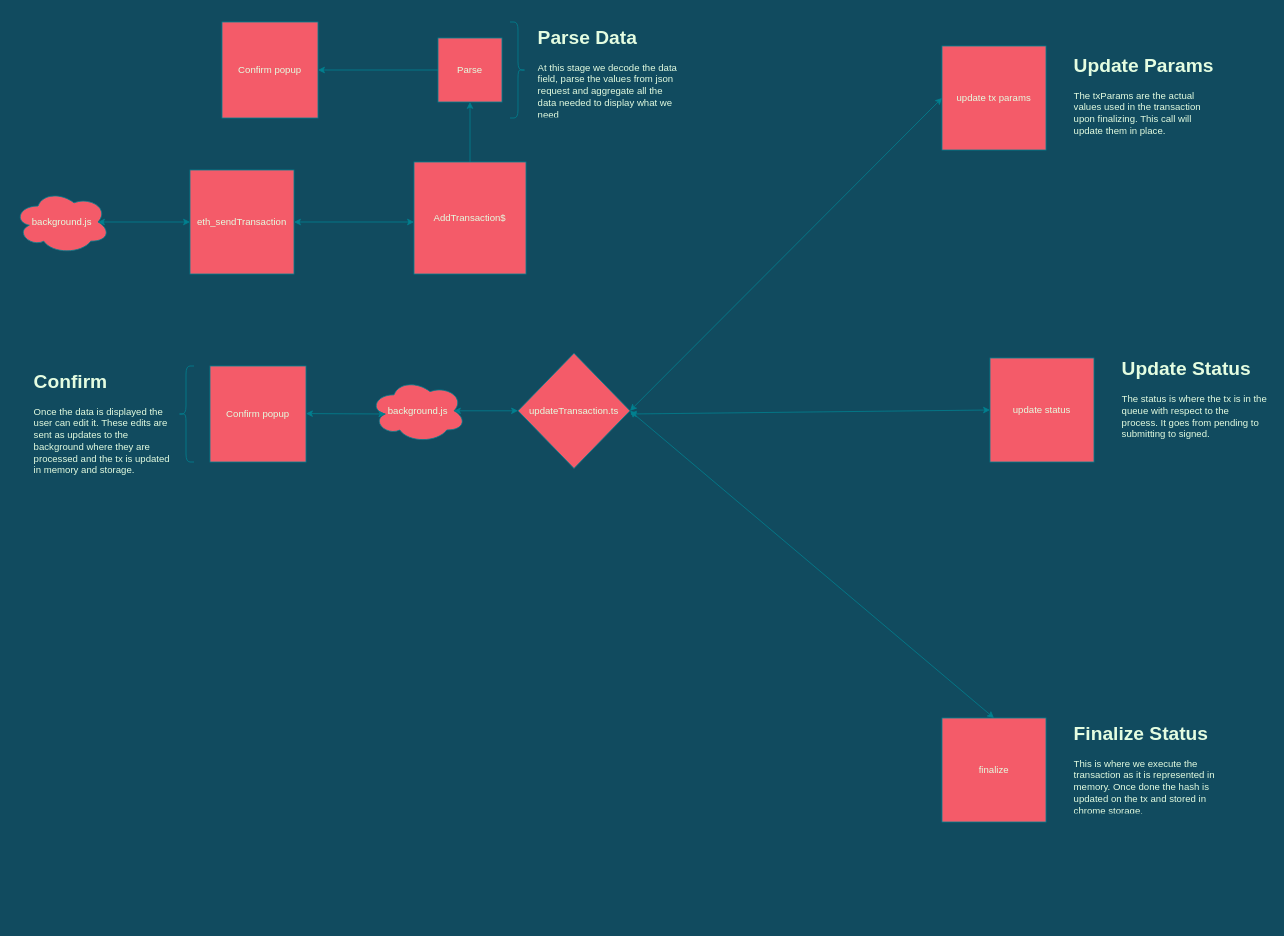
ava-labs/core-extension keeps this draw.io diagram as architecture/transaction-flow.drawio. Above is the earlier version. Source tidied: cells renumbered, new cells numbered last; positions are measured from the earlier drawing's top-left corner, leaving out a move shared by most shapes. Both pictures are drawn from the tidied source at 80%, with x=0, y=0 at pixel (14, 22).
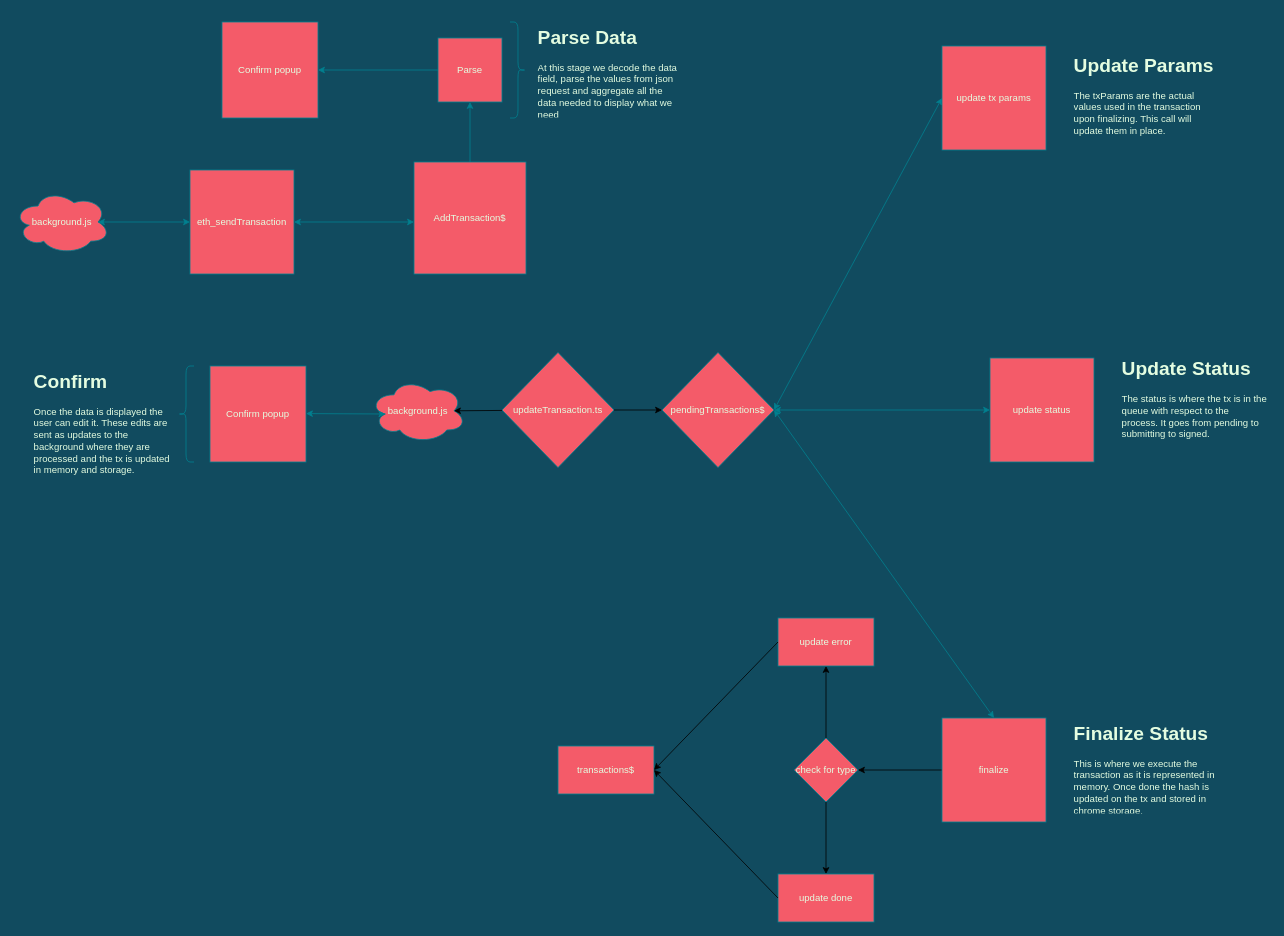
The same diagram, later.

Commit message:
chore(architecture): update transaction architecture diagram

The change refers to these unchanged cells:
```xml
<mxCell id="14" value="background.js" style="ellipse;shape=cloud;whiteSpace=wrap;html=1;fillColor=#F45B69;strokeColor=#028090;fontColor=#E4FDE1;" parent="1" vertex="1">
  <mxGeometry x="445" y="446" width="120" height="80" as="geometry" />
</mxCell>
<mxCell id="24" value="update status" style="whiteSpace=wrap;html=1;fillColor=#F45B69;strokeColor=#028090;fontColor=#E4FDE1;" parent="1" vertex="1">
  <mxGeometry x="1220" y="420" width="130" height="130" as="geometry" />
</mxCell>
<mxCell id="25" value="finalize" style="whiteSpace=wrap;html=1;fillColor=#F45B69;strokeColor=#028090;fontColor=#E4FDE1;" parent="1" vertex="1">
  <mxGeometry x="1160" y="870" width="130" height="130" as="geometry" />
</mxCell>
```

Change to the diagram source:
```diff
@@
-    <mxCell id="17" value="updateTransaction.ts" style="rhombus;whiteSpace=wrap;html=1;fillColor=#F45B69;strokeColor=#028090;fontColor=#E4FDE1;" parent="1" vertex="1">
-      <mxGeometry x="630" y="414" width="140" height="144" as="geometry" />
+    <mxCell id="17" value="pendingTransactions$" style="rhombus;whiteSpace=wrap;html=1;fillColor=#F45B69;strokeColor=#028090;fontColor=#E4FDE1;" parent="1" vertex="1">
+      <mxGeometry x="810" y="413" width="140" height="144" as="geometry" />
     </mxCell>
-    <mxCell id="18" style="endArrow=classic;startArrow=classic;html=1;exitX=0.875;exitY=0.5;exitDx=0;exitDy=0;exitPerimeter=0;entryX=0;entryY=0.5;entryDx=0;entryDy=0;labelBackgroundColor=#114B5F;strokeColor=#028090;fontColor=#E4FDE1;" parent="1" edge="1" source="14" target="17">
-      <mxGeometry relative="1" as="geometry" />
-    </mxCell>
@@
     <mxCell id="22" style="endArrow=classic;startArrow=classic;html=1;entryX=0;entryY=0.5;entryDx=0;entryDy=0;labelBackgroundColor=#114B5F;strokeColor=#028090;fontColor=#E4FDE1;" parent="1" edge="1" target="24">
       <mxGeometry relative="1" as="geometry">
-        <mxPoint x="770" y="490" as="sourcePoint" />
+        <mxPoint x="950" y="485" as="sourcePoint" />
       </mxGeometry>
     </mxCell>
@@
+    <mxCell id="29" style="edgeStyle=none;html=1;" parent="1" edge="1" source="25" target="35">
+      <mxGeometry relative="1" as="geometry" />
+    </mxCell>
@@
+    <mxCell id="30" style="edgeStyle=none;html=1;entryX=0.875;entryY=0.5;entryDx=0;entryDy=0;entryPerimeter=0;" parent="1" edge="1" source="32" target="14">
+      <mxGeometry relative="1" as="geometry" />
+    </mxCell>
+    <mxCell id="31" style="edgeStyle=none;html=1;" parent="1" edge="1" source="32" target="17">
+      <mxGeometry relative="1" as="geometry" />
+    </mxCell>
+    <mxCell id="32" value="updateTransaction.ts" style="rhombus;whiteSpace=wrap;html=1;fillColor=#F45B69;strokeColor=#028090;fontColor=#E4FDE1;" parent="1" vertex="1">
+      <mxGeometry x="610" y="413" width="140" height="144" as="geometry" />
+    </mxCell>
+    <mxCell id="33" style="edgeStyle=none;html=1;" parent="1" edge="1" source="35" target="36">
+      <mxGeometry relative="1" as="geometry" />
+    </mxCell>
+    <mxCell id="34" style="edgeStyle=none;html=1;" parent="1" edge="1" source="35" target="37">
+      <mxGeometry relative="1" as="geometry" />
+    </mxCell>
+    <mxCell id="35" value="check for type" style="rhombus;whiteSpace=wrap;html=1;fontColor=#E4FDE1;strokeColor=#028090;fillColor=#F45B69;" parent="1" vertex="1">
+      <mxGeometry x="975" y="895" width="80" height="80" as="geometry" />
+    </mxCell>
+    <mxCell id="36" value="update error" style="whiteSpace=wrap;html=1;fontColor=#E4FDE1;strokeColor=#028090;fillColor=#F45B69;" parent="1" vertex="1">
+      <mxGeometry x="955" y="745" width="120" height="60" as="geometry" />
+    </mxCell>
+    <mxCell id="37" value="update done" style="whiteSpace=wrap;html=1;fontColor=#E4FDE1;strokeColor=#028090;fillColor=#F45B69;" parent="1" vertex="1">
+      <mxGeometry x="955" y="1065" width="120" height="60" as="geometry" />
+    </mxCell>
+    <mxCell id="38" value="transactions$" style="whiteSpace=wrap;html=1;fontColor=#E4FDE1;strokeColor=#028090;fillColor=#F45B69;" parent="1" vertex="1">
+      <mxGeometry x="680" y="905" width="120" height="60" as="geometry" />
+    </mxCell>
+    <mxCell id="39" style="endArrow=classic;html=1;entryX=1;entryY=0.5;entryDx=0;entryDy=0;exitX=0;exitY=0.5;exitDx=0;exitDy=0;" parent="1" edge="1" source="36" target="38">
+      <mxGeometry relative="1" as="geometry" />
+    </mxCell>
+    <mxCell id="40" style="endArrow=classic;html=1;entryX=1;entryY=0.5;entryDx=0;entryDy=0;exitX=0;exitY=0.5;exitDx=0;exitDy=0;" parent="1" edge="1" source="37" target="38">
+      <mxGeometry relative="1" as="geometry" />
+    </mxCell>
```
